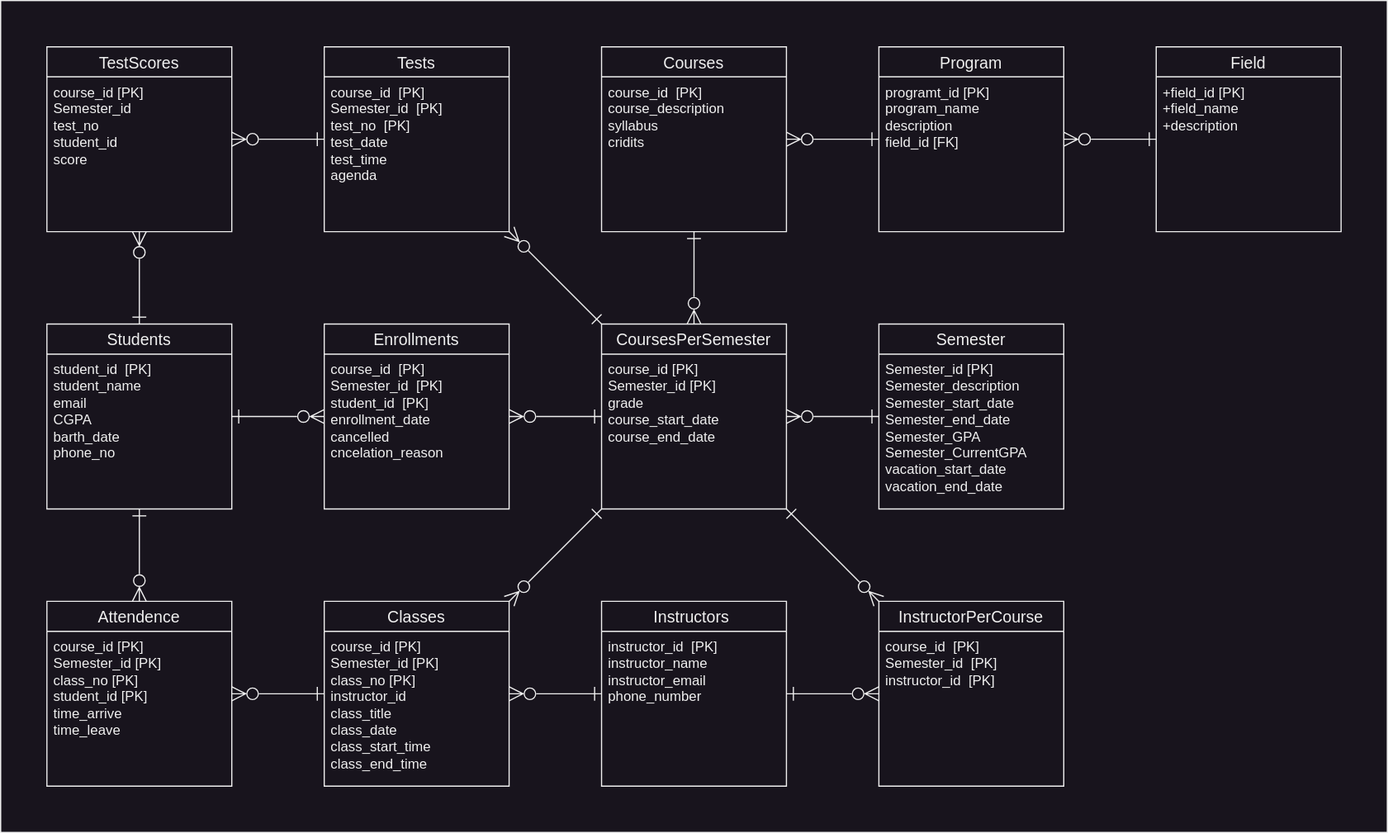
m-essam-s/LMS keeps this draw.io diagram as DatabaseDesign/EntityRelationshipDiagram.svg. Above is the earlier version. Source tidied: cells renumbered, new cells last; positions are measured from the earlier drawing's top-left corner, leaving out a move shared by most shapes.
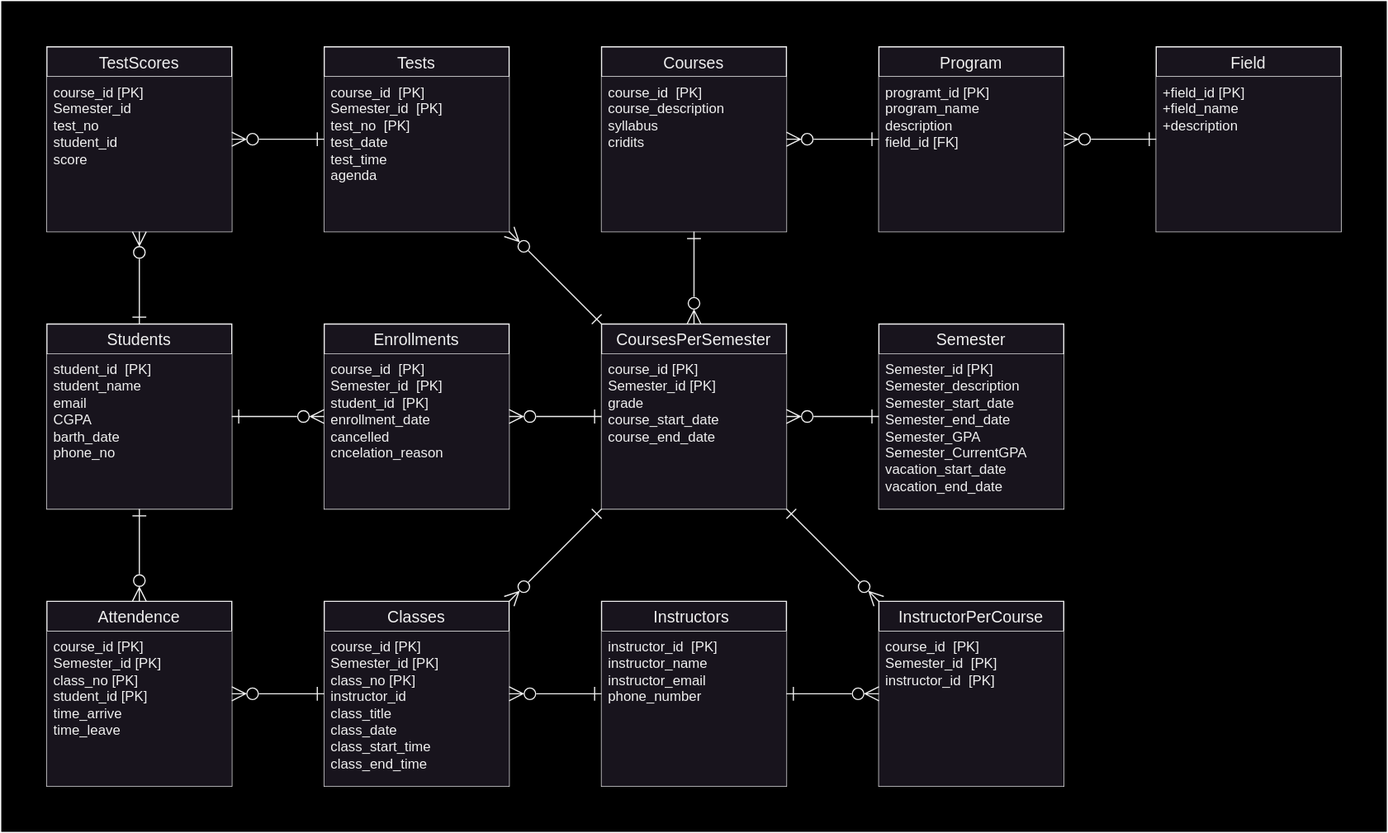
Later version of the same file.

Commit message:
Updating Entity Relationship Diagram

Diff of the diagram source:
```diff
@@ -2,85 +2,85 @@
   <root>
     <mxCell id="0" />
     <mxCell id="1" parent="0" />
-    <mxCell id="2" style="rounded=0;whiteSpace=wrap;html=1;" parent="1" vertex="1">
+    <mxCell id="2" style="rounded=0;whiteSpace=wrap;html=1;strokeColor=#ffffff;fillColor=#000000;" parent="1" vertex="1">
       <mxGeometry width="1200" height="720" as="geometry" />
     </mxCell>
     <mxCell id="3" value="Instructors " style="swimlane;fontStyle=0;horizontal=1;startSize=26;align=center;fontSize=14;labelBackgroundColor=none;" parent="1" vertex="1">
       <mxGeometry x="520" y="520" width="160" height="160" as="geometry" />
     </mxCell>
-    <mxCell id="4" value="instructor_id&amp;nbsp;&amp;nbsp;[PK]&lt;br&gt;instructor_name&lt;br&gt;instructor_email&lt;br&gt;phone_number" style="text;strokeColor=none;fillColor=none;spacingLeft=4;spacingRight=4;overflow=hidden;fontSize=12;whiteSpace=wrap;html=1;labelBackgroundColor=none;" parent="3" vertex="1">
+    <mxCell id="4" value="instructor_id&amp;nbsp;&amp;nbsp;[PK]&lt;br&gt;instructor_name&lt;br&gt;instructor_email&lt;br&gt;phone_number" style="text;strokeColor=none;fillColor=default;spacingLeft=4;spacingRight=4;overflow=hidden;fontSize=12;whiteSpace=wrap;html=1;labelBackgroundColor=none;" parent="3" vertex="1">
       <mxGeometry y="26" width="160" height="134" as="geometry" />
     </mxCell>
     <mxCell id="5" value="InstructorPerCourse" style="swimlane;fontStyle=0;horizontal=1;startSize=26;align=center;fontSize=14;labelBackgroundColor=none;" parent="1" vertex="1">
       <mxGeometry x="760" y="520" width="160" height="160" as="geometry" />
     </mxCell>
-    <mxCell id="6" value="course_id&amp;nbsp;&amp;nbsp;[PK]&lt;br&gt;Semester_id&amp;nbsp;&amp;nbsp;[PK]&lt;br&gt;instructor_id&amp;nbsp;&amp;nbsp;[PK]" style="text;strokeColor=none;fillColor=none;spacingLeft=4;spacingRight=4;overflow=hidden;fontSize=12;whiteSpace=wrap;html=1;labelBackgroundColor=none;" parent="5" vertex="1">
+    <mxCell id="6" value="course_id&amp;nbsp;&amp;nbsp;[PK]&lt;br&gt;Semester_id&amp;nbsp;&amp;nbsp;[PK]&lt;br&gt;instructor_id&amp;nbsp;&amp;nbsp;[PK]" style="text;strokeColor=none;fillColor=default;spacingLeft=4;spacingRight=4;overflow=hidden;fontSize=12;whiteSpace=wrap;html=1;labelBackgroundColor=none;" parent="5" vertex="1">
       <mxGeometry y="26" width="160" height="134" as="geometry" />
     </mxCell>
     <mxCell id="7" value="Classes" style="swimlane;fontStyle=0;horizontal=1;startSize=26;align=center;fontSize=14;labelBackgroundColor=none;" parent="1" vertex="1">
       <mxGeometry x="280" y="520" width="160" height="160" as="geometry" />
     </mxCell>
-    <mxCell id="8" value="course_id&amp;nbsp;[PK]&lt;br&gt;Semester_id&amp;nbsp;[PK]&lt;br&gt;class_no&amp;nbsp;[PK]&lt;br&gt;instructor_id&lt;br&gt;class_title&lt;br&gt;class_date&lt;br&gt;class_start_time&lt;br&gt;class_end_time" style="text;strokeColor=none;fillColor=none;spacingLeft=4;spacingRight=4;overflow=hidden;fontSize=12;whiteSpace=wrap;html=1;labelBackgroundColor=none;" parent="7" vertex="1">
+    <mxCell id="8" value="course_id&amp;nbsp;[PK]&lt;br&gt;Semester_id&amp;nbsp;[PK]&lt;br&gt;class_no&amp;nbsp;[PK]&lt;br&gt;instructor_id&lt;br&gt;class_title&lt;br&gt;class_date&lt;br&gt;class_start_time&lt;br&gt;class_end_time" style="text;strokeColor=none;fillColor=default;spacingLeft=4;spacingRight=4;overflow=hidden;fontSize=12;whiteSpace=wrap;html=1;labelBackgroundColor=none;" parent="7" vertex="1">
       <mxGeometry y="26" width="160" height="134" as="geometry" />
     </mxCell>
     <mxCell id="9" value="Attendence" style="swimlane;fontStyle=0;horizontal=1;startSize=26;align=center;fontSize=14;labelBackgroundColor=none;" parent="1" vertex="1">
       <mxGeometry x="40" y="520" width="160" height="160" as="geometry" />
     </mxCell>
-    <mxCell id="10" value="course_id&amp;nbsp;[PK]&lt;br&gt;Semester_id&amp;nbsp;[PK]&lt;br&gt;class_no&amp;nbsp;[PK]&lt;br&gt;student_id&amp;nbsp;[PK]&lt;br&gt;time_arrive&lt;br&gt;time_leave" style="text;strokeColor=none;fillColor=none;spacingLeft=4;spacingRight=4;overflow=hidden;fontSize=12;whiteSpace=wrap;html=1;labelBackgroundColor=none;" parent="9" vertex="1">
+    <mxCell id="10" value="course_id&amp;nbsp;[PK]&lt;br&gt;Semester_id&amp;nbsp;[PK]&lt;br&gt;class_no&amp;nbsp;[PK]&lt;br&gt;student_id&amp;nbsp;[PK]&lt;br&gt;time_arrive&lt;br&gt;time_leave" style="text;strokeColor=none;fillColor=default;spacingLeft=4;spacingRight=4;overflow=hidden;fontSize=12;whiteSpace=wrap;html=1;labelBackgroundColor=none;" parent="9" vertex="1">
       <mxGeometry y="26" width="160" height="134" as="geometry" />
     </mxCell>
     <mxCell id="11" value="Semester" style="swimlane;fontStyle=0;horizontal=1;startSize=26;align=center;fontSize=14;labelBackgroundColor=none;" parent="1" vertex="1">
       <mxGeometry x="760" y="280" width="160" height="160" as="geometry" />
     </mxCell>
-    <mxCell id="12" value="Semester_id&amp;nbsp;[PK]&lt;br&gt;Semester_description&lt;br&gt;Semester_start_date&lt;br&gt;Semester_end_date&lt;br&gt;Semester_GPA&lt;br&gt;Semester_CurrentGPA&lt;br&gt;vacation_start_date&lt;br&gt;vacation_end_date" style="text;strokeColor=none;fillColor=none;spacingLeft=4;spacingRight=4;overflow=hidden;fontSize=12;whiteSpace=wrap;html=1;labelBackgroundColor=none;" parent="11" vertex="1">
+    <mxCell id="12" value="Semester_id&amp;nbsp;[PK]&lt;br&gt;Semester_description&lt;br&gt;Semester_start_date&lt;br&gt;Semester_end_date&lt;br&gt;Semester_GPA&lt;br&gt;Semester_CurrentGPA&lt;br&gt;vacation_start_date&lt;br&gt;vacation_end_date" style="text;strokeColor=none;fillColor=default;spacingLeft=4;spacingRight=4;overflow=hidden;fontSize=12;whiteSpace=wrap;html=1;labelBackgroundColor=none;" parent="11" vertex="1">
       <mxGeometry y="26" width="160" height="134" as="geometry" />
     </mxCell>
     <mxCell id="13" value="CoursesPerSemester" style="swimlane;fontStyle=0;horizontal=1;startSize=26;align=center;fontSize=14;labelBackgroundColor=none;" parent="1" vertex="1">
       <mxGeometry x="520" y="280" width="160" height="160" as="geometry" />
     </mxCell>
-    <mxCell id="14" value="course_id&amp;nbsp;[PK]&lt;br&gt;Semester_id&amp;nbsp;[PK]&lt;br&gt;grade&lt;br&gt;course_start_date&lt;br&gt;course_end_date" style="text;strokeColor=none;fillColor=none;spacingLeft=4;spacingRight=4;overflow=hidden;fontSize=12;whiteSpace=wrap;html=1;labelBackgroundColor=none;" parent="13" vertex="1">
+    <mxCell id="14" value="course_id&amp;nbsp;[PK]&lt;br&gt;Semester_id&amp;nbsp;[PK]&lt;br&gt;grade&lt;br&gt;course_start_date&lt;br&gt;course_end_date" style="text;strokeColor=none;fillColor=default;spacingLeft=4;spacingRight=4;overflow=hidden;fontSize=12;whiteSpace=wrap;html=1;labelBackgroundColor=none;" parent="13" vertex="1">
       <mxGeometry y="26" width="160" height="134" as="geometry" />
     </mxCell>
     <mxCell id="15" value="Students" style="swimlane;fontStyle=0;horizontal=1;startSize=26;align=center;fontSize=14;labelBackgroundColor=none;" parent="1" vertex="1">
       <mxGeometry x="40" y="280" width="160" height="160" as="geometry" />
     </mxCell>
-    <mxCell id="16" value="student_id&amp;nbsp;&amp;nbsp;[PK]&lt;br&gt;student_name&lt;br&gt;email&lt;br&gt;CGPA&lt;br&gt;barth_date&lt;br&gt;phone_no" style="text;strokeColor=none;fillColor=none;spacingLeft=4;spacingRight=4;overflow=hidden;fontSize=12;whiteSpace=wrap;html=1;labelBackgroundColor=none;" parent="15" vertex="1">
+    <mxCell id="16" value="student_id&amp;nbsp;&amp;nbsp;[PK]&lt;br&gt;student_name&lt;br&gt;email&lt;br&gt;CGPA&lt;br&gt;barth_date&lt;br&gt;phone_no" style="text;strokeColor=none;fillColor=default;spacingLeft=4;spacingRight=4;overflow=hidden;fontSize=12;whiteSpace=wrap;html=1;labelBackgroundColor=none;" parent="15" vertex="1">
       <mxGeometry y="26" width="160" height="134" as="geometry" />
     </mxCell>
     <mxCell id="17" value="Enrollments" style="swimlane;fontStyle=0;horizontal=1;startSize=26;align=center;fontSize=14;labelBackgroundColor=none;" parent="1" vertex="1">
       <mxGeometry x="280" y="280" width="160" height="160" as="geometry" />
     </mxCell>
-    <mxCell id="18" value="course_id&amp;nbsp;&amp;nbsp;[PK]&lt;br&gt;Semester_id&amp;nbsp;&amp;nbsp;[PK]&lt;br&gt;student_id&amp;nbsp;&amp;nbsp;[PK]&lt;br&gt;enrollment_date&lt;br&gt;cancelled&lt;br&gt;cncelation_reason" style="text;strokeColor=none;fillColor=none;spacingLeft=4;spacingRight=4;overflow=hidden;fontSize=12;whiteSpace=wrap;html=1;labelBackgroundColor=none;" parent="17" vertex="1">
+    <mxCell id="18" value="course_id&amp;nbsp;&amp;nbsp;[PK]&lt;br&gt;Semester_id&amp;nbsp;&amp;nbsp;[PK]&lt;br&gt;student_id&amp;nbsp;&amp;nbsp;[PK]&lt;br&gt;enrollment_date&lt;br&gt;cancelled&lt;br&gt;cncelation_reason" style="text;strokeColor=none;fillColor=default;spacingLeft=4;spacingRight=4;overflow=hidden;fontSize=12;whiteSpace=wrap;html=1;labelBackgroundColor=none;" parent="17" vertex="1">
       <mxGeometry y="26" width="160" height="134" as="geometry" />
     </mxCell>
     <mxCell id="19" value="Program" style="swimlane;fontStyle=0;horizontal=1;startSize=26;align=center;fontSize=14;labelBackgroundColor=none;" parent="1" vertex="1">
       <mxGeometry x="760" y="40" width="160" height="160" as="geometry" />
     </mxCell>
-    <mxCell id="20" value="programt_id [PK]&lt;br style=&quot;&quot;&gt;&lt;span style=&quot;&quot;&gt;program_name&lt;/span&gt;&lt;br style=&quot;&quot;&gt;&lt;span style=&quot;&quot;&gt;description&lt;/span&gt;&lt;br style=&quot;&quot;&gt;&lt;span style=&quot;&quot;&gt;field_id [FK]&lt;/span&gt;" style="text;strokeColor=none;fillColor=none;spacingLeft=4;spacingRight=4;overflow=hidden;fontSize=12;whiteSpace=wrap;html=1;labelBackgroundColor=none;" parent="19" vertex="1">
+    <mxCell id="20" value="programt_id [PK]&lt;br style=&quot;&quot;&gt;&lt;span style=&quot;&quot;&gt;program_name&lt;/span&gt;&lt;br style=&quot;&quot;&gt;&lt;span style=&quot;&quot;&gt;description&lt;/span&gt;&lt;br style=&quot;&quot;&gt;&lt;span style=&quot;&quot;&gt;field_id [FK]&lt;/span&gt;" style="text;strokeColor=none;fillColor=default;spacingLeft=4;spacingRight=4;overflow=hidden;fontSize=12;whiteSpace=wrap;html=1;labelBackgroundColor=none;" parent="19" vertex="1">
       <mxGeometry y="26" width="160" height="134" as="geometry" />
     </mxCell>
     <mxCell id="21" value="Courses" style="swimlane;fontStyle=0;horizontal=1;startSize=26;align=center;fontSize=14;labelBackgroundColor=none;" parent="1" vertex="1">
       <mxGeometry x="520" y="40" width="160" height="160" as="geometry" />
     </mxCell>
-    <mxCell id="22" value="course_id&amp;nbsp;&amp;nbsp;[PK]&lt;br&gt;course_description&lt;br&gt;syllabus&lt;br&gt;cridits" style="text;strokeColor=none;fillColor=none;spacingLeft=4;spacingRight=4;overflow=hidden;fontSize=12;whiteSpace=wrap;html=1;labelBackgroundColor=none;" parent="21" vertex="1">
+    <mxCell id="22" value="course_id&amp;nbsp;&amp;nbsp;[PK]&lt;br&gt;course_description&lt;br&gt;syllabus&lt;br&gt;cridits" style="text;strokeColor=none;fillColor=default;spacingLeft=4;spacingRight=4;overflow=hidden;fontSize=12;whiteSpace=wrap;html=1;labelBackgroundColor=none;" parent="21" vertex="1">
       <mxGeometry y="26" width="160" height="134" as="geometry" />
     </mxCell>
     <mxCell id="23" value="Tests" style="swimlane;fontStyle=0;horizontal=1;startSize=26;align=center;fontSize=14;labelBackgroundColor=none;" parent="1" vertex="1">
       <mxGeometry x="280" y="40" width="160" height="160" as="geometry" />
     </mxCell>
-    <mxCell id="24" value="course_id&amp;nbsp;&amp;nbsp;[PK]&lt;br&gt;Semester_id&amp;nbsp;&amp;nbsp;[PK]&lt;br&gt;test_no&amp;nbsp;&amp;nbsp;[PK]&lt;br&gt;test_date&lt;br&gt;test_time&lt;br&gt;agenda&amp;nbsp;" style="text;strokeColor=none;fillColor=none;spacingLeft=4;spacingRight=4;overflow=hidden;fontSize=12;whiteSpace=wrap;html=1;labelBackgroundColor=none;" parent="23" vertex="1">
+    <mxCell id="24" value="course_id&amp;nbsp;&amp;nbsp;[PK]&lt;br&gt;Semester_id&amp;nbsp;&amp;nbsp;[PK]&lt;br&gt;test_no&amp;nbsp;&amp;nbsp;[PK]&lt;br&gt;test_date&lt;br&gt;test_time&lt;br&gt;agenda&amp;nbsp;" style="text;strokeColor=none;fillColor=default;spacingLeft=4;spacingRight=4;overflow=hidden;fontSize=12;whiteSpace=wrap;html=1;labelBackgroundColor=none;" parent="23" vertex="1">
       <mxGeometry y="26" width="160" height="134" as="geometry" />
     </mxCell>
     <mxCell id="25" value="TestScores" style="swimlane;fontStyle=0;horizontal=1;startSize=26;align=center;fontSize=14;labelBackgroundColor=none;" parent="1" vertex="1">
       <mxGeometry x="40" y="40" width="160" height="160" as="geometry" />
     </mxCell>
-    <mxCell id="26" value="course_id [PK]&lt;br&gt;Semester_id&lt;br&gt;test_no&lt;br&gt;student_id&lt;br&gt;score" style="text;strokeColor=none;fillColor=none;spacingLeft=4;spacingRight=4;overflow=hidden;fontSize=12;whiteSpace=wrap;html=1;labelBackgroundColor=none;" parent="25" vertex="1">
+    <mxCell id="26" value="course_id [PK]&lt;br&gt;Semester_id&lt;br&gt;test_no&lt;br&gt;student_id&lt;br&gt;score" style="text;strokeColor=none;fillColor=default;spacingLeft=4;spacingRight=4;overflow=hidden;fontSize=12;whiteSpace=wrap;html=1;labelBackgroundColor=none;" parent="25" vertex="1">
       <mxGeometry y="26" width="160" height="134" as="geometry" />
     </mxCell>
     <mxCell id="27" value="Field" style="swimlane;fontStyle=0;horizontal=1;startSize=26;align=center;fontSize=14;labelBackgroundColor=none;" parent="1" vertex="1">
       <mxGeometry x="1000" y="40" width="160" height="160" as="geometry" />
     </mxCell>
-    <mxCell id="28" value="+field_id [PK]&lt;br style=&quot;&quot;&gt;+field&lt;span style=&quot;&quot;&gt;_name&lt;/span&gt;&lt;br style=&quot;&quot;&gt;&lt;span style=&quot;&quot;&gt;+description&lt;/span&gt;" style="text;strokeColor=none;fillColor=none;spacingLeft=4;spacingRight=4;overflow=hidden;fontSize=12;whiteSpace=wrap;html=1;labelBackgroundColor=none;" parent="27" vertex="1">
+    <mxCell id="28" value="+field_id [PK]&lt;br style=&quot;&quot;&gt;+field&lt;span style=&quot;&quot;&gt;_name&lt;/span&gt;&lt;br style=&quot;&quot;&gt;&lt;span style=&quot;&quot;&gt;+description&lt;/span&gt;" style="text;strokeColor=none;fillColor=default;spacingLeft=4;spacingRight=4;overflow=hidden;fontSize=12;whiteSpace=wrap;html=1;labelBackgroundColor=none;" parent="27" vertex="1">
       <mxGeometry y="26" width="160" height="134" as="geometry" />
     </mxCell>
     <mxCell id="29" style="rounded=0;jettySize=auto;html=1;endArrow=ERone;endFill=0;startArrow=ERzeroToMany;startFill=0;endSize=10;startSize=10;labelBackgroundColor=none;fontColor=default;" parent="1" edge="1" source="25" target="15">
```
